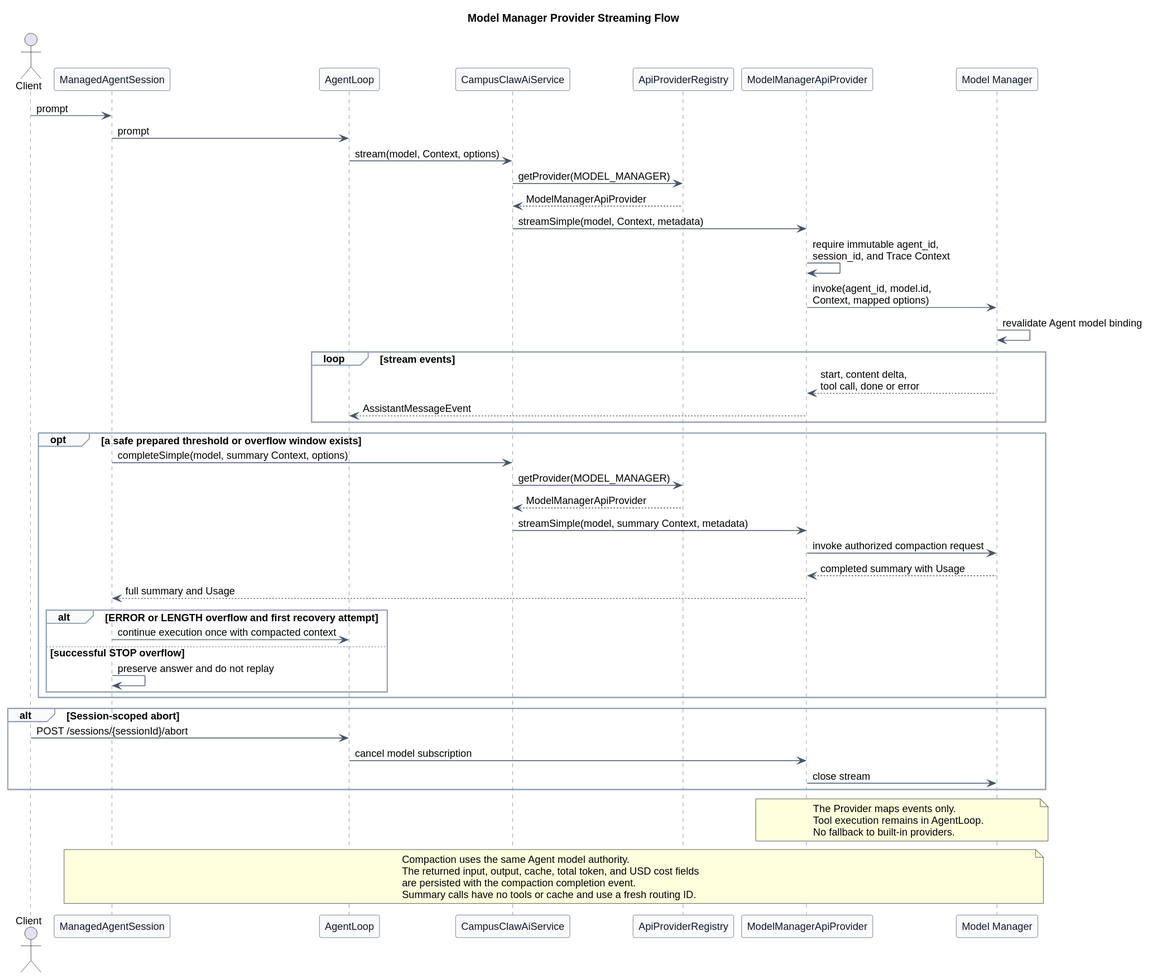
The PlantUML diagram pi-mono-java-manager-driven-multi-agent-runtime/diagrams/model-manager/model_manager_streaming_flow.svg in ssm0808/pi-mono-java-design, before a commit.
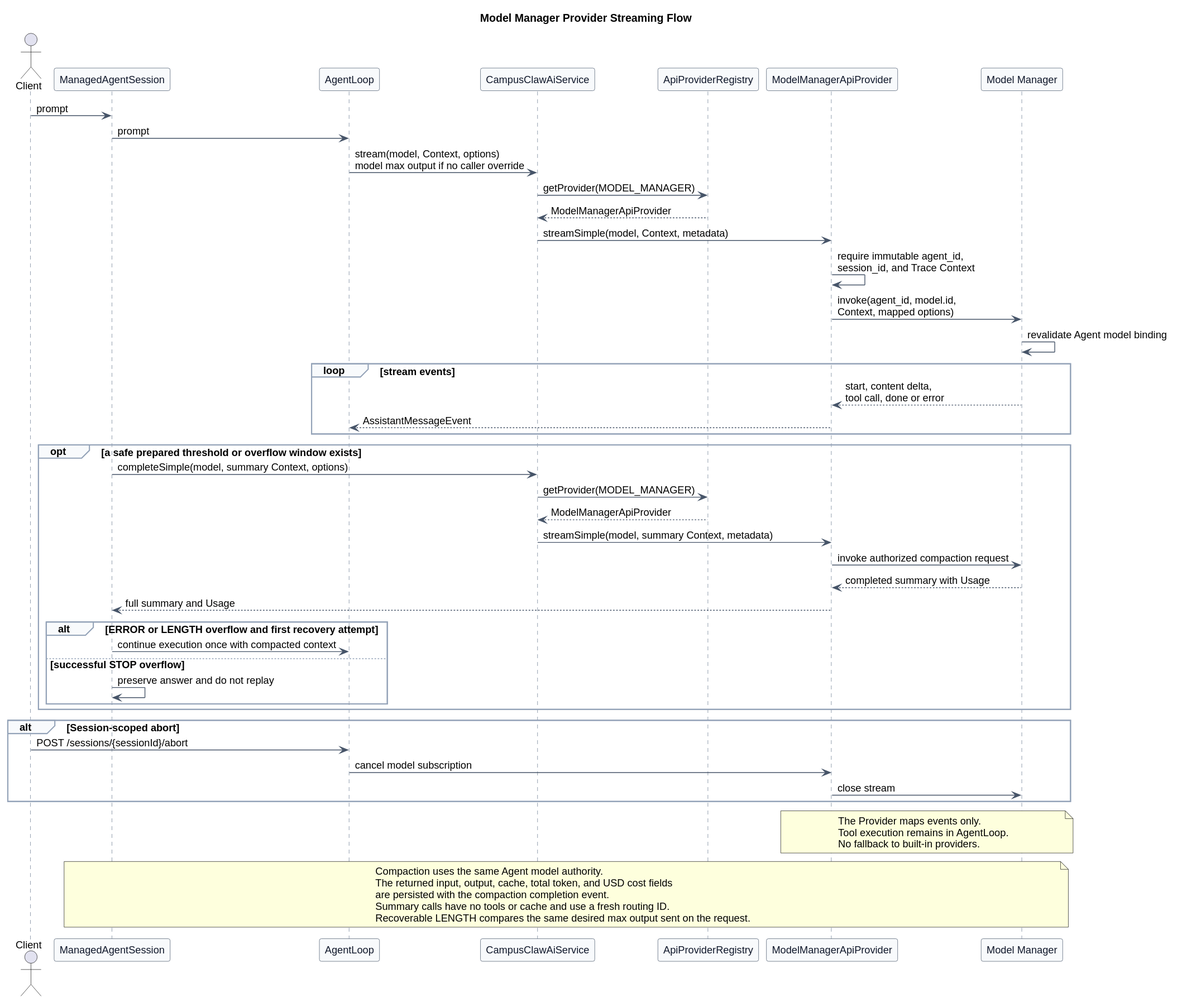
Later version of the same file.

The edit, as a diff of the source:
```diff
@@ -29,7 +29,7 @@
 
 Client -> Session : prompt
 Session -> Loop : prompt
-Loop -> AiService : stream(model, Context, options)
+Loop -> AiService : stream(model, Context, options)\nmodel max output if no caller override
 AiService -> Registry : getProvider(MODEL_MANAGER)
 Registry --> AiService : ModelManagerApiProvider
 AiService -> Provider : streamSimple(model, Context, metadata)
@@ -74,5 +74,6 @@
 The returned input, output, cache, total token, and USD cost fields
 are persisted with the compaction completion event.
 Summary calls have no tools or cache and use a fresh routing ID.
+Recoverable LENGTH compares the same desired max output sent on the request.
 end note
 @enduml
```
